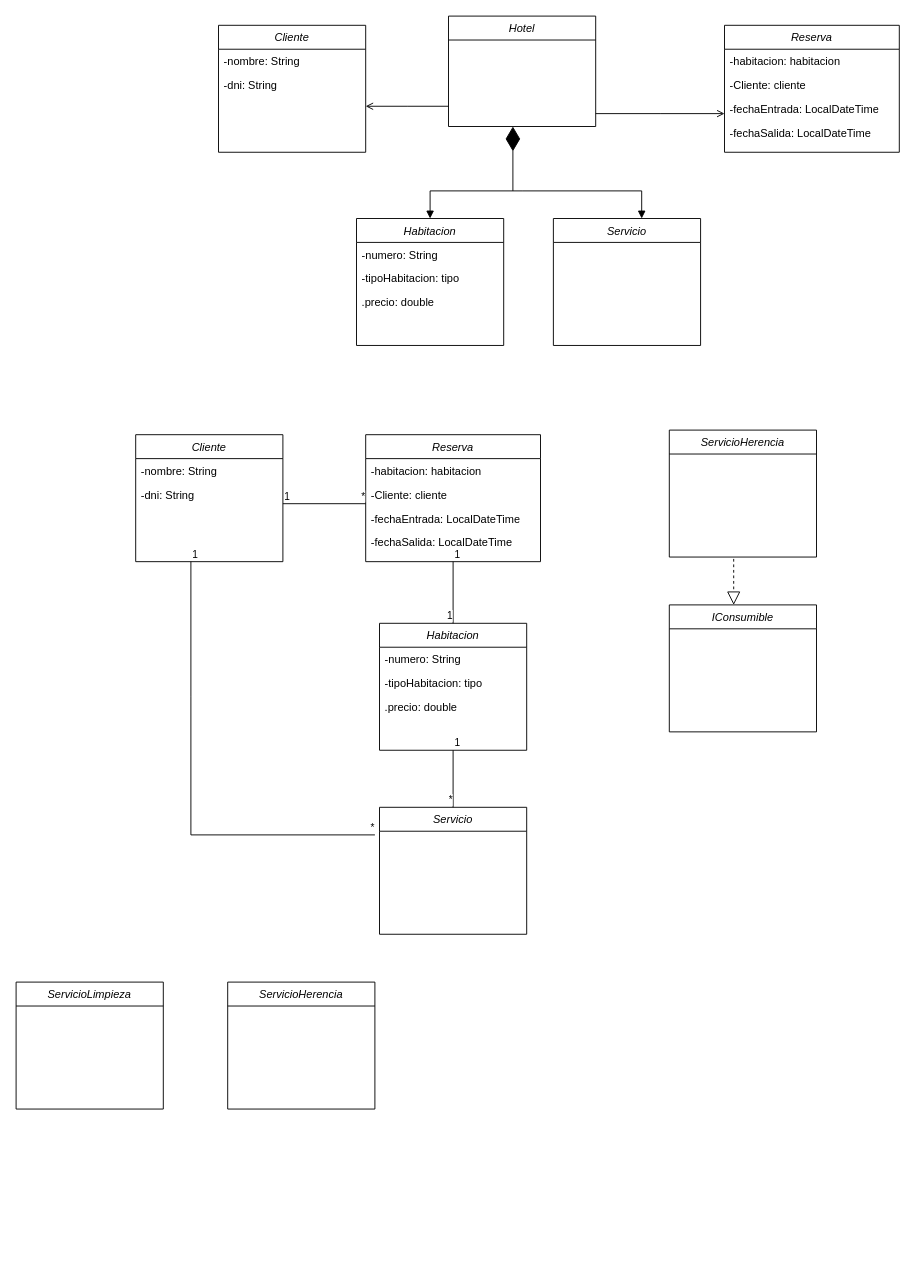
yeri966/RepositorioHotel keeps this draw.io diagram as model/Diagrama sin título.drawio. Above is the earlier version. Source tidied: cells renumbered, new cells numbered last; positions are measured from the earlier drawing's top-left corner, leaving out a move shared by most shapes. Both pictures are drawn from the tidied source at 92%, with x=0, y=0 at pixel (16, 16).
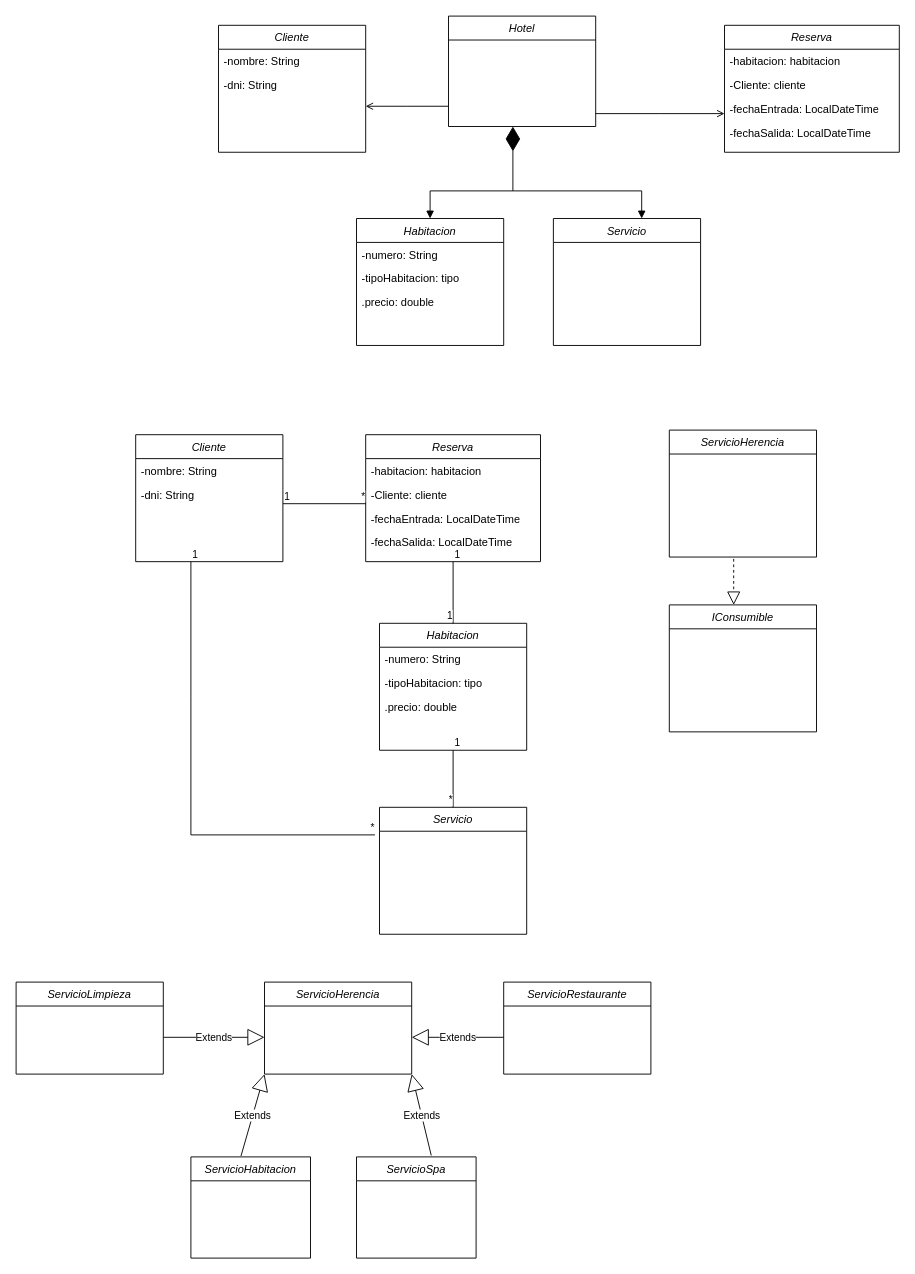
The same page after the edit.

Change to the diagram source:
```diff
@@
     <mxCell id="48" value="ServicioLimpieza" style="swimlane;fontStyle=2;align=center;verticalAlign=top;horizontal=1;startSize=26;rounded=0;shadow=0;strokeWidth=1;" parent="1" vertex="1">
-      <mxGeometry y="1050" width="160" height="138" as="geometry" />
+      <mxGeometry y="1050" width="160" height="100" as="geometry" />
     </mxCell>
     <mxCell id="49" value="ServicioHerencia" style="swimlane;fontStyle=2;align=center;verticalAlign=top;horizontal=1;startSize=26;rounded=0;shadow=0;strokeWidth=1;" parent="1" vertex="1">
-      <mxGeometry x="230" y="1050" width="160" height="138" as="geometry" />
+      <mxGeometry x="270" y="1050" width="160" height="100" as="geometry" />
     </mxCell>
+    <mxCell id="50" value="ServicioRestaurante" style="swimlane;fontStyle=2;align=center;verticalAlign=top;horizontal=1;startSize=26;rounded=0;shadow=0;strokeWidth=1;" parent="1" vertex="1">
+      <mxGeometry x="530" y="1050" width="160" height="100" as="geometry" />
+    </mxCell>
+    <mxCell id="51" value="ServicioSpa" style="swimlane;fontStyle=2;align=center;verticalAlign=top;horizontal=1;startSize=26;rounded=0;shadow=0;strokeWidth=1;" parent="1" vertex="1">
+      <mxGeometry x="370" y="1240" width="130" height="110" as="geometry" />
+    </mxCell>
+    <mxCell id="52" value="ServicioHabitacion&#10;" style="swimlane;fontStyle=2;align=center;verticalAlign=top;horizontal=1;startSize=26;rounded=0;shadow=0;strokeWidth=1;" parent="1" vertex="1">
+      <mxGeometry x="190" y="1240" width="130" height="110" as="geometry" />
+    </mxCell>
+    <mxCell id="53" value="Extends" style="endArrow=block;endSize=16;endFill=0;html=1;rounded=0;" parent="1" edge="1">
+      <mxGeometry relative="1" as="geometry">
+        <mxPoint x="160" y="1110" as="sourcePoint" />
+        <mxPoint x="270" y="1110" as="targetPoint" />
+        <Array as="points">
+          <mxPoint x="270" y="1110" />
+        </Array>
+      </mxGeometry>
+    </mxCell>
+    <mxCell id="54" value="Extends" style="endArrow=block;endSize=16;endFill=0;html=1;rounded=0;exitX=0.419;exitY=-0.009;exitDx=0;exitDy=0;exitPerimeter=0;" parent="1" edge="1" source="52">
+      <mxGeometry relative="1" as="geometry">
+        <mxPoint x="270" y="1150" as="targetPoint" />
+      </mxGeometry>
+    </mxCell>
+    <mxCell id="55" value="Extends" style="endArrow=block;endSize=16;endFill=0;html=1;rounded=0;exitX=0.625;exitY=-0.014;exitDx=0;exitDy=0;exitPerimeter=0;entryX=1;entryY=1;entryDx=0;entryDy=0;" parent="1" edge="1" source="51" target="49">
+      <mxGeometry relative="1" as="geometry" />
+    </mxCell>
+    <mxCell id="56" value="Extends" style="endArrow=block;endSize=16;endFill=0;html=1;rounded=0;" parent="1" edge="1">
+      <mxGeometry relative="1" as="geometry">
+        <mxPoint x="530" y="1110" as="sourcePoint" />
+        <mxPoint x="430" y="1110" as="targetPoint" />
+      </mxGeometry>
+    </mxCell>
```
